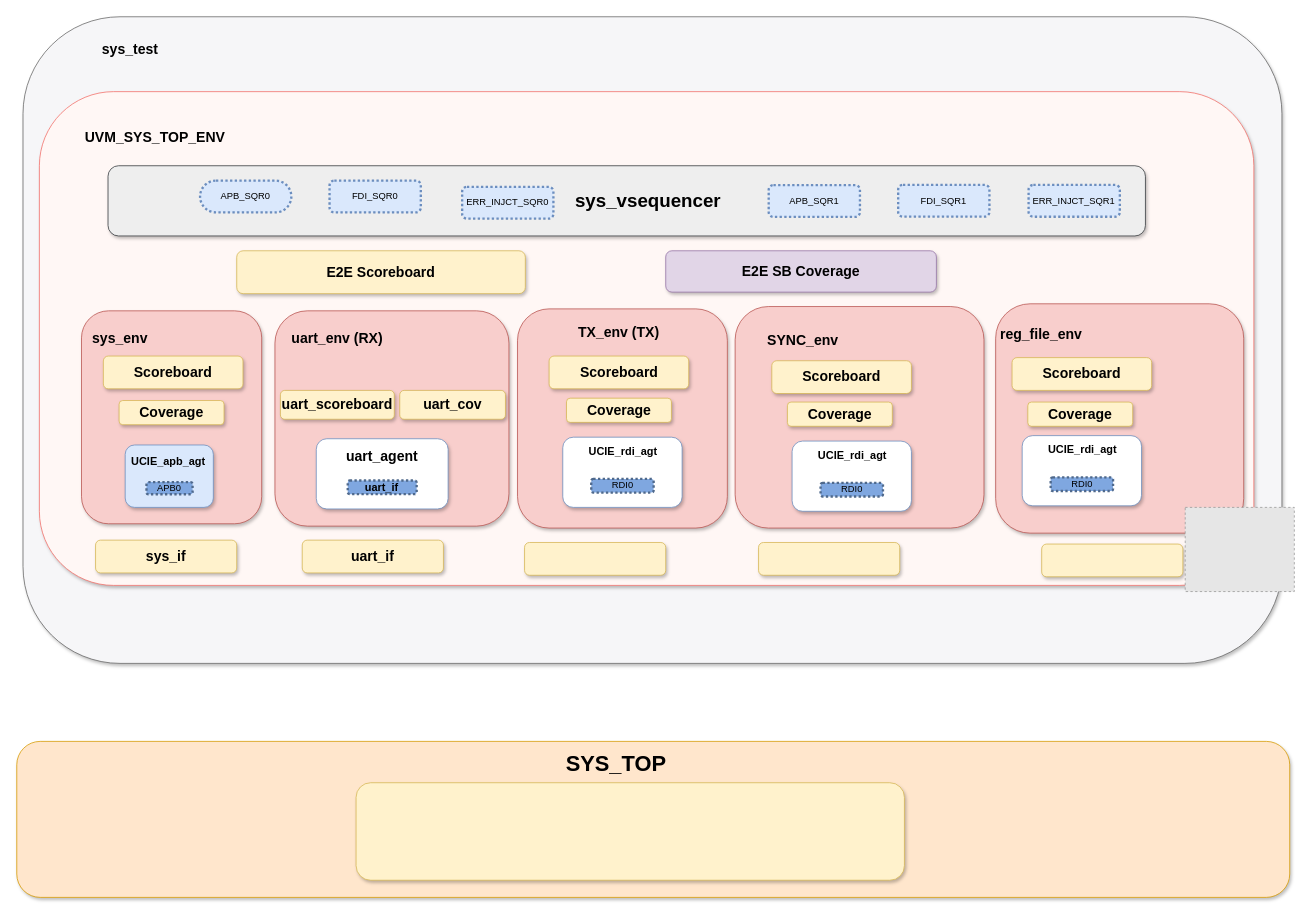
Before: OVERALL_SYS/UVM_Architecture.drawio in Kareem-Yahia/UVM_UART_SYSTEM, a draw.io diagram. Source tidied: cells renumbered, new cells numbered last; positions are measured from the earlier drawing's top-left corner, leaving out a move shared by most shapes. Both pictures are drawn from the tidied source at 78%, with x=0, y=0 at pixel (16, 16). Pictures stored in the file or linked from it are replaced by grey dashed boxes.
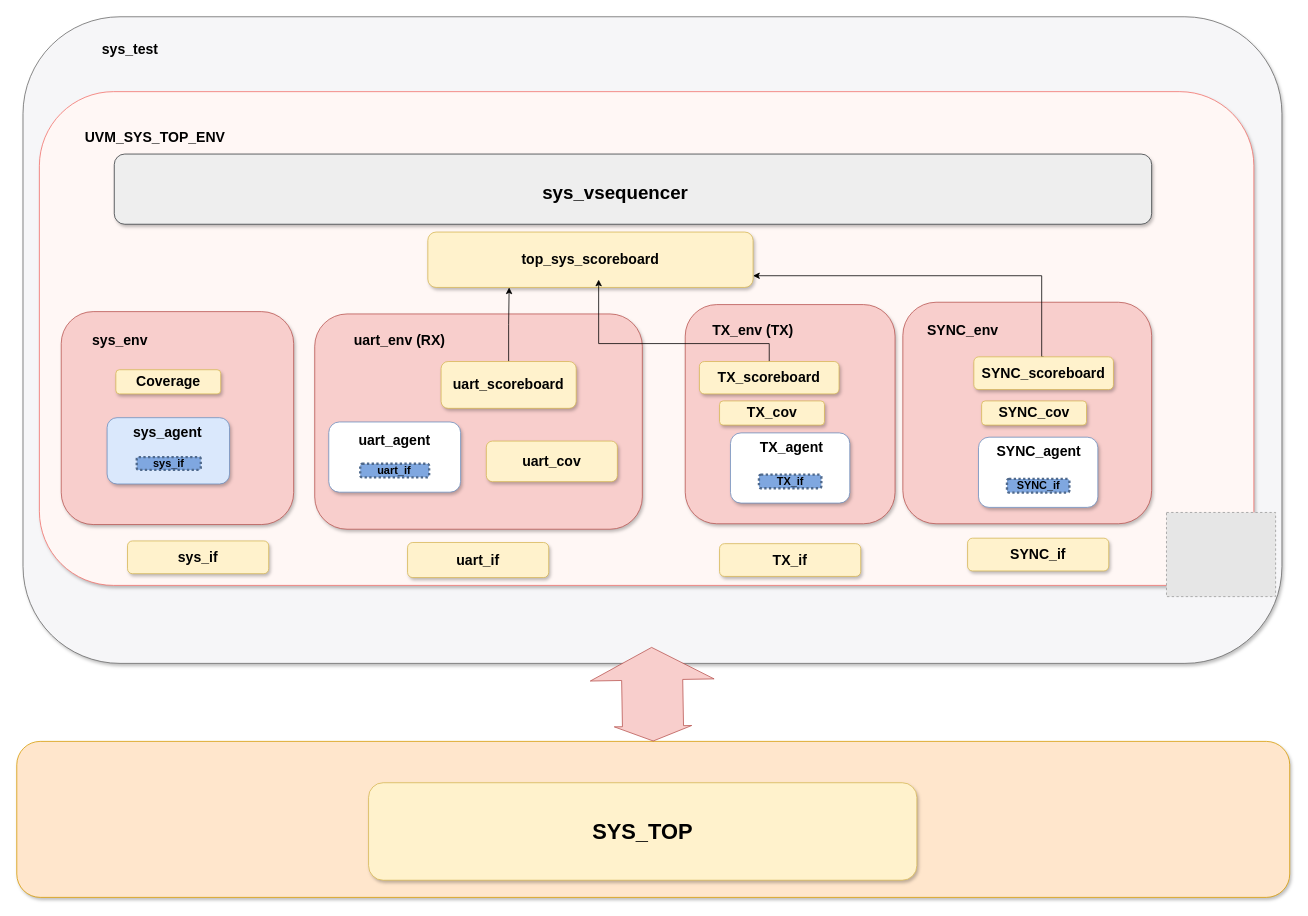
After the change.

The change refers to these unchanged cells:
```xml
<mxCell id="2" style="rounded=1;whiteSpace=wrap;html=1;fillColor=#F6F6F8;strokeColor=#666666;shadow=1;fontColor=#333333;" parent="1" vertex="1">
  <mxGeometry x="8" width="1614" height="829" as="geometry" />
</mxCell>
<mxCell id="3" style="rounded=1;whiteSpace=wrap;html=1;fillColor=#ffe6cc;strokeColor=#d79b00;shadow=1;" parent="1" vertex="1">
  <mxGeometry y="929" width="1632" height="200" as="geometry" />
</mxCell>
```

Change to the diagram source:
```diff
@@
+    <mxCell id="65" style="edgeStyle=orthogonalEdgeStyle;rounded=0;jettySize=auto;html=1;" parent="1" edge="1" source="2" target="3">
+      <mxGeometry relative="1" as="geometry" />
+    </mxCell>
@@
-    <mxCell id="4" style="rounded=1;whiteSpace=wrap;html=1;fillColor=#fff2cc;strokeColor=#d6b656;shadow=1;" parent="1" vertex="1">
-      <mxGeometry x="435" y="982" width="703" height="125" as="geometry" />
+    <mxCell id="4" value="&lt;b style=&quot;text-wrap: nowrap; font-size: 28px;&quot;&gt;SYS_TOP&lt;/b&gt;" style="rounded=1;whiteSpace=wrap;html=1;fillColor=#fff2cc;strokeColor=#d6b656;shadow=1;" parent="1" vertex="1">
+      <mxGeometry x="451" y="982" width="703" height="125" as="geometry" />
     </mxCell>
@@
-    <mxCell id="6" value="&lt;font size=&quot;1&quot; style=&quot;&quot;&gt;&lt;b style=&quot;font-size: 28px;&quot;&gt;SYS_TOP&lt;/b&gt;&lt;/font&gt;" style="text;html=1;align=center;verticalAlign=middle;strokeColor=none;fillColor=none;" parent="1" vertex="1">
-      <mxGeometry x="694" y="934" width="147" height="46" as="geometry" />
-    </mxCell>
@@
-    <mxCell id="8" value="&lt;span style=&quot;font-size: 18px;&quot;&gt;&lt;b&gt;E2E SB Coverage&lt;/b&gt;&lt;/span&gt;" style="rounded=1;whiteSpace=wrap;html=1;fillColor=#e1d5e7;strokeColor=#9673a6;shadow=1;" parent="1" vertex="1">
-      <mxGeometry x="832" y="300" width="347" height="53" as="geometry" />
-    </mxCell>
@@
     <mxCell id="10" style="rounded=1;whiteSpace=wrap;html=1;fillColor=#f8cecc;strokeColor=#b85450;shadow=1;" parent="1" vertex="1">
-      <mxGeometry x="83" y="377" width="231" height="273" as="geometry" />
+      <mxGeometry x="57" y="378" width="298" height="273" as="geometry" />
     </mxCell>
     <mxCell id="11" style="rounded=1;whiteSpace=wrap;html=1;shadow=1;fillColor=#eeeeee;strokeColor=#36393d;" parent="1" vertex="1">
-      <mxGeometry x="117" y="191" width="1330" height="90" as="geometry" />
+      <mxGeometry x="125" y="176" width="1330" height="90" as="geometry" />
     </mxCell>
-    <mxCell id="12" value="APB_SQR0" style="rounded=1;whiteSpace=wrap;html=1;fillColor=#dae8fc;strokeColor=#6c8ebf;strokeWidth=3;dashed=1;dashPattern=1 1;fillStyle=auto;arcSize=50;" parent="1" vertex="1">
-      <mxGeometry x="235" y="210" width="117" height="40.8" as="geometry" />
-    </mxCell>
     <mxCell id="13" value="&lt;b style=&quot;&quot;&gt;&lt;font style=&quot;font-size: 24px;&quot;&gt;sys_vsequencer&lt;/font&gt;&lt;/b&gt;" style="text;html=1;align=center;verticalAlign=middle;strokeColor=none;fillColor=none;" parent="1" vertex="1">
-      <mxGeometry x="706" y="215.5" width="205" height="41" as="geometry" />
+      <mxGeometry x="664" y="205" width="205" height="41" as="geometry" />
     </mxCell>
-    <mxCell id="14" value="FDI_SQR0" style="rounded=1;whiteSpace=wrap;html=1;fillColor=#dae8fc;strokeColor=#6c8ebf;strokeWidth=3;dashed=1;dashPattern=1 1;fillStyle=auto;" parent="1" vertex="1">
-      <mxGeometry x="401" y="210" width="117" height="40.8" as="geometry" />
-    </mxCell>
-    <mxCell id="15" value="ERR_INJCT_SQR0" style="rounded=1;whiteSpace=wrap;html=1;fillColor=#dae8fc;strokeColor=#6c8ebf;strokeWidth=3;dashed=1;dashPattern=1 1;fillStyle=auto;" parent="1" vertex="1">
-      <mxGeometry x="571" y="218" width="117" height="40.8" as="geometry" />
-    </mxCell>
-    <mxCell id="16" value="APB_SQR1" style="rounded=1;whiteSpace=wrap;html=1;fillColor=#dae8fc;strokeColor=#6c8ebf;strokeWidth=3;dashed=1;dashPattern=1 1;fillStyle=auto;" parent="1" vertex="1">
-      <mxGeometry x="964" y="215.8" width="117" height="40.8" as="geometry" />
-    </mxCell>
-    <mxCell id="17" value="FDI_SQR1" style="rounded=1;whiteSpace=wrap;html=1;fillColor=#dae8fc;strokeColor=#6c8ebf;strokeWidth=3;dashed=1;dashPattern=1 1;fillStyle=auto;" parent="1" vertex="1">
-      <mxGeometry x="1130" y="215.5" width="117" height="40.8" as="geometry" />
-    </mxCell>
-    <mxCell id="18" value="ERR_INJCT_SQR1" style="rounded=1;whiteSpace=wrap;html=1;fillColor=#dae8fc;strokeColor=#6c8ebf;strokeWidth=3;dashed=1;dashPattern=1 1;fillStyle=auto;" parent="1" vertex="1">
-      <mxGeometry x="1297.2" y="215.6" width="117" height="40.8" as="geometry" />
-    </mxCell>
-    <mxCell id="19" value="&lt;span style=&quot;font-size: 18px;&quot;&gt;&lt;b&gt;E2E Scoreboard&lt;/b&gt;&lt;/span&gt;" style="rounded=1;whiteSpace=wrap;html=1;fillColor=#fff2cc;strokeColor=#d6b656;shadow=1;" parent="1" vertex="1">
-      <mxGeometry x="282" y="300" width="370" height="55" as="geometry" />
+    <mxCell id="19" value="&lt;span style=&quot;font-size: 18px;&quot;&gt;&lt;b&gt;top_sys_scoreboard&lt;/b&gt;&lt;/span&gt;" style="rounded=1;whiteSpace=wrap;html=1;fillColor=#fff2cc;strokeColor=#d6b656;shadow=1;" parent="1" vertex="1">
+      <mxGeometry x="527" y="276" width="417" height="71" as="geometry" />
     </mxCell>
     <mxCell id="20" style="rounded=1;whiteSpace=wrap;html=1;fillColor=#f8cecc;strokeColor=#b85450;shadow=1;" parent="1" vertex="1">
-      <mxGeometry x="331" y="377" width="300" height="276" as="geometry" />
+      <mxGeometry x="382" y="381" width="420" height="276" as="geometry" />
     </mxCell>
-    <mxCell id="21" style="rounded=1;whiteSpace=wrap;html=1;fillColor=#f8cecc;strokeColor=#b85450;shadow=1;" parent="1" vertex="1">
-      <mxGeometry x="1255" y="368" width="318" height="294" as="geometry" />
-    </mxCell>
     <mxCell id="22" style="rounded=1;whiteSpace=wrap;html=1;fillColor=#f8cecc;strokeColor=#b85450;shadow=1;" parent="1" vertex="1">
-      <mxGeometry x="921" y="371.5" width="319" height="284" as="geometry" />
+      <mxGeometry x="1136" y="366" width="319" height="284" as="geometry" />
     </mxCell>
     <mxCell id="23" style="rounded=1;whiteSpace=wrap;html=1;fillColor=#f8cecc;strokeColor=#b85450;shadow=1;" parent="1" vertex="1">
-      <mxGeometry x="642" y="374.5" width="269" height="281" as="geometry" />
+      <mxGeometry x="857" y="369" width="269" height="281" as="geometry" />
     </mxCell>
-    <mxCell id="24" value="&lt;span style=&quot;font-size: 18px;&quot;&gt;&lt;b&gt;reg_file_env&lt;/b&gt;&lt;/span&gt;" style="text;html=1;align=center;verticalAlign=middle;whiteSpace=wrap;rounded=0;" parent="1" vertex="1">
-      <mxGeometry x="1228" y="392" width="171" height="30" as="geometry" />
-    </mxCell>
     <mxCell id="25" value="&lt;span style=&quot;font-size: 18px;&quot;&gt;&lt;b&gt;SYNC_env&lt;/b&gt;&lt;/span&gt;" style="text;html=1;align=center;verticalAlign=middle;whiteSpace=wrap;rounded=0;" parent="1" vertex="1">
-      <mxGeometry x="921" y="399.5" width="174" height="30" as="geometry" />
+      <mxGeometry x="1126" y="387" width="174" height="30" as="geometry" />
     </mxCell>
     <mxCell id="26" value="&lt;span style=&quot;font-size: 18px;&quot;&gt;&lt;b&gt;TX_env (TX)&lt;/b&gt;&lt;/span&gt;" style="text;html=1;align=center;verticalAlign=middle;whiteSpace=wrap;rounded=0;" parent="1" vertex="1">
-      <mxGeometry x="703" y="390" width="138" height="30" as="geometry" />
+      <mxGeometry x="875.2" y="387" width="138" height="30" as="geometry" />
     </mxCell>
     <mxCell id="27" value="&lt;span style=&quot;font-size: 18px;&quot;&gt;&lt;b&gt;uart_env (RX)&lt;/b&gt;&lt;/span&gt;" style="text;html=1;align=center;verticalAlign=middle;whiteSpace=wrap;rounded=0;" parent="1" vertex="1">
-      <mxGeometry x="336" y="397.5" width="150" height="30" as="geometry" />
+      <mxGeometry x="416" y="399.5" width="150" height="30" as="geometry" />
     </mxCell>
     <mxCell id="28" value="&lt;span style=&quot;font-size: 18px;&quot;&gt;&lt;b&gt;sys_env&lt;/b&gt;&lt;/span&gt;" style="text;html=1;align=center;verticalAlign=middle;whiteSpace=wrap;rounded=0;" parent="1" vertex="1">
-      <mxGeometry x="89" y="397.5" width="87" height="30" as="geometry" />
+      <mxGeometry x="89" y="399.5" width="87" height="30" as="geometry" />
     </mxCell>
     <mxCell id="29" style="group;" parent="1" vertex="1">
-      <mxGeometry x="139" y="549" width="113" height="80" as="geometry" />
+      <mxGeometry x="115.8" y="514" width="157" height="85" as="geometry" />
     </mxCell>
     <mxCell id="30" style="rounded=1;whiteSpace=wrap;html=1;shadow=1;fillColor=#dae8fc;strokeColor=#6c8ebf;" parent="29" vertex="1">
-      <mxGeometry width="113" height="80" as="geometry" />
+      <mxGeometry width="157" height="85" as="geometry" />
     </mxCell>
-    <mxCell id="31" value="APB0" style="rounded=1;whiteSpace=wrap;html=1;fillColor=#7FA7E0;strokeColor=#4F698C;strokeWidth=3;dashed=1;dashPattern=1 1;fillStyle=auto;" parent="29" vertex="1">
-      <mxGeometry x="27.3" y="47.6" width="59.1" height="15.6" as="geometry" />
+    <mxCell id="31" value="&lt;b&gt;&lt;font style=&quot;font-size: 14px;&quot;&gt;sys_if&lt;/font&gt;&lt;/b&gt;" style="rounded=1;whiteSpace=wrap;html=1;fillColor=#7FA7E0;strokeColor=#4F698C;strokeWidth=3;dashed=1;dashPattern=1 1;fillStyle=auto;" parent="29" vertex="1">
+      <mxGeometry x="38" y="50.5" width="82.1" height="16.5" as="geometry" />
     </mxCell>
-    <mxCell id="32" value="&lt;b style=&quot;&quot;&gt;&lt;font style=&quot;font-size: 14px;&quot;&gt;UCIE_apb_agt&lt;/font&gt;&lt;/b&gt;" style="text;html=1;align=center;verticalAlign=middle;strokeColor=none;fillColor=none;" parent="29" vertex="1">
-      <mxGeometry x="-2" y="6" width="113" height="29" as="geometry" />
+    <mxCell id="32" value="&lt;b&gt;&lt;font style=&quot;font-size: 18px;&quot;&gt;sys_agent&lt;/font&gt;&lt;/b&gt;" style="text;html=1;align=center;verticalAlign=middle;strokeColor=none;fillColor=none;" parent="29" vertex="1">
+      <mxGeometry x="24.1" y="2.1" width="106" height="34" as="geometry" />
     </mxCell>
-    <mxCell id="33" style="group;" parent="1" vertex="1">
-      <mxGeometry x="1289" y="537" width="153" height="90" as="geometry" />
-    </mxCell>
-    <mxCell id="34" style="rounded=1;whiteSpace=wrap;html=1;shadow=1;fillColor=#FFFFFF;strokeColor=#6c8ebf;glass=0;fillStyle=auto;gradientColor=none;gradientDirection=east;" parent="33" vertex="1">
-      <mxGeometry width="153" height="90" as="geometry" />
-    </mxCell>
-    <mxCell id="35" value="RDI0" style="rounded=1;whiteSpace=wrap;html=1;fillColor=#7FA7E0;strokeColor=#4F698C;strokeWidth=3;dashed=1;dashPattern=1 1;fillStyle=auto;" parent="33" vertex="1">
-      <mxGeometry x="36.5" y="53.5" width="80" height="17.5" as="geometry" />
-    </mxCell>
-    <mxCell id="36" value="&lt;b style=&quot;&quot;&gt;&lt;font style=&quot;font-size: 14px;&quot;&gt;UCIE_rdi_agt&lt;/font&gt;&lt;/b&gt;" style="text;html=1;align=center;verticalAlign=middle;strokeColor=none;fillColor=none;" parent="33" vertex="1">
-      <mxGeometry x="24" y="3" width="106" height="29" as="geometry" />
-    </mxCell>
     <mxCell id="37" style="group;" parent="1" vertex="1">
-      <mxGeometry x="994" y="544" width="153" height="90" as="geometry" />
+      <mxGeometry x="1233" y="539" width="153" height="90" as="geometry" />
     </mxCell>
@@
-    <mxCell id="39" value="RDI0" style="rounded=1;whiteSpace=wrap;html=1;fillColor=#7FA7E0;strokeColor=#4F698C;strokeWidth=3;dashed=1;dashPattern=1 1;fillStyle=auto;" parent="37" vertex="1">
+    <mxCell id="39" value="&lt;b&gt;&lt;font style=&quot;font-size: 14px;&quot;&gt;SYNC_if&lt;/font&gt;&lt;/b&gt;" style="rounded=1;whiteSpace=wrap;html=1;fillColor=#7FA7E0;strokeColor=#4F698C;strokeWidth=3;dashed=1;dashPattern=1 1;fillStyle=auto;" parent="37" vertex="1">
       <mxGeometry x="36.5" y="53.5" width="80" height="17.5" as="geometry" />
     </mxCell>
-    <mxCell id="40" value="&lt;b style=&quot;&quot;&gt;&lt;font style=&quot;font-size: 14px;&quot;&gt;UCIE_rdi_agt&lt;/font&gt;&lt;/b&gt;" style="text;html=1;align=center;verticalAlign=middle;strokeColor=none;fillColor=none;" parent="37" vertex="1">
-      <mxGeometry x="24" y="3" width="106" height="29" as="geometry" />
+    <mxCell id="40" value="&lt;b style=&quot;font-size: 18px;&quot;&gt;SYNC_agent&lt;/b&gt;" style="text;html=1;align=center;verticalAlign=middle;strokeColor=none;fillColor=none;" parent="37" vertex="1">
+      <mxGeometry x="14" y="1" width="126" height="34" as="geometry" />
     </mxCell>
     <mxCell id="41" style="group;" parent="1" vertex="1">
-      <mxGeometry x="700" y="539" width="153" height="90" as="geometry" />
+      <mxGeometry x="915" y="533.5" width="153" height="90" as="geometry" />
     </mxCell>
@@
-    <mxCell id="43" value="RDI0" style="rounded=1;whiteSpace=wrap;html=1;fillColor=#7FA7E0;strokeColor=#4F698C;strokeWidth=3;dashed=1;dashPattern=1 1;fillStyle=auto;" parent="41" vertex="1">
+    <mxCell id="43" value="&lt;b&gt;&lt;font style=&quot;font-size: 14px;&quot;&gt;TX_if&lt;/font&gt;&lt;/b&gt;" style="rounded=1;whiteSpace=wrap;html=1;fillColor=#7FA7E0;strokeColor=#4F698C;strokeWidth=3;dashed=1;dashPattern=1 1;fillStyle=auto;" parent="41" vertex="1">
       <mxGeometry x="36.5" y="53.5" width="80" height="17.5" as="geometry" />
     </mxCell>
-    <mxCell id="44" value="&lt;b style=&quot;&quot;&gt;&lt;font style=&quot;font-size: 14px;&quot;&gt;UCIE_rdi_agt&lt;/font&gt;&lt;/b&gt;" style="text;html=1;align=center;verticalAlign=middle;strokeColor=none;fillColor=none;" parent="41" vertex="1">
-      <mxGeometry x="24" y="3" width="106" height="29" as="geometry" />
+    <mxCell id="44" value="&lt;span style=&quot;font-size: 18px;&quot;&gt;&lt;b&gt;TX_agent&lt;/b&gt;&lt;/span&gt;" style="text;html=1;align=center;verticalAlign=middle;strokeColor=none;fillColor=none;" parent="41" vertex="1">
+      <mxGeometry x="28" y="1" width="99" height="34" as="geometry" />
     </mxCell>
     <mxCell id="45" style="group;" parent="1" vertex="1">
-      <mxGeometry x="384" y="541" width="169" height="90" as="geometry" />
+      <mxGeometry x="400" y="519.5" width="169" height="90" as="geometry" />
     </mxCell>
@@
-    <mxCell id="49" value="&lt;span style=&quot;font-size: 18px;&quot;&gt;&lt;b&gt;Scoreboard&lt;/b&gt;&lt;/span&gt;" style="rounded=1;whiteSpace=wrap;html=1;fillColor=#fff2cc;strokeColor=#d6b656;shadow=1;" parent="1" vertex="1">
-      <mxGeometry x="111" y="435" width="179" height="42" as="geometry" />
-    </mxCell>
     <mxCell id="50" value="&lt;span style=&quot;font-size: 18px;&quot;&gt;&lt;b&gt;Coverage&lt;/b&gt;&lt;/span&gt;" style="rounded=1;whiteSpace=wrap;html=1;fillColor=#fff2cc;strokeColor=#d6b656;shadow=1;" parent="1" vertex="1">
-      <mxGeometry x="131.2" y="492" width="134.5" height="31" as="geometry" />
+      <mxGeometry x="127" y="452.5" width="134.5" height="31" as="geometry" />
     </mxCell>
+    <mxCell id="66" style="edgeStyle=orthogonalEdgeStyle;rounded=0;jettySize=auto;html=1;exitX=0.5;exitY=0;exitDx=0;exitDy=0;entryX=0.25;entryY=1;entryDx=0;entryDy=0;" parent="1" edge="1" source="51" target="19">
+      <mxGeometry relative="1" as="geometry" />
+    </mxCell>
     <mxCell id="51" value="&lt;span style=&quot;font-size: 18px;&quot;&gt;&lt;b&gt;uart_scoreboard&lt;/b&gt;&lt;/span&gt;" style="rounded=1;whiteSpace=wrap;html=1;fillColor=#fff2cc;strokeColor=#d6b656;shadow=1;" parent="1" vertex="1">
-      <mxGeometry x="338" y="479" width="146" height="37" as="geometry" />
+      <mxGeometry x="544" y="442" width="173.2" height="60" as="geometry" />
     </mxCell>
     <mxCell id="52" value="&lt;span style=&quot;font-size: 18px;&quot;&gt;&lt;b&gt;uart_cov&lt;/b&gt;&lt;/span&gt;" style="rounded=1;whiteSpace=wrap;html=1;fillColor=#fff2cc;strokeColor=#d6b656;shadow=1;" parent="1" vertex="1">
-      <mxGeometry x="491" y="479" width="135.5" height="37" as="geometry" />
+      <mxGeometry x="602" y="544" width="168" height="52" as="geometry" />
     </mxCell>
+    <mxCell id="67" style="edgeStyle=orthogonalEdgeStyle;rounded=0;jettySize=auto;html=1;exitX=0.5;exitY=0;exitDx=0;exitDy=0;" parent="1" edge="1" source="53">
+      <mxGeometry relative="1" as="geometry">
+        <mxPoint x="746" y="337" as="targetPoint" />
+        <Array as="points">
+          <mxPoint x="965" y="419" />
+          <mxPoint x="746" y="419" />
+        </Array>
+      </mxGeometry>
+    </mxCell>
-    <mxCell id="53" value="&lt;span style=&quot;font-size: 18px;&quot;&gt;&lt;b&gt;Scoreboard&lt;/b&gt;&lt;/span&gt;" style="rounded=1;whiteSpace=wrap;html=1;fillColor=#fff2cc;strokeColor=#d6b656;shadow=1;" parent="1" vertex="1">
-      <mxGeometry x="682.5" y="435" width="179" height="42" as="geometry" />
+    <mxCell id="53" value="&lt;span style=&quot;font-size: 18px;&quot;&gt;&lt;b&gt;TX_scoreboard&lt;/b&gt;&lt;/span&gt;" style="rounded=1;whiteSpace=wrap;html=1;fillColor=#fff2cc;strokeColor=#d6b656;shadow=1;" parent="1" vertex="1">
+      <mxGeometry x="875.2" y="442" width="179" height="41.5" as="geometry" />
     </mxCell>
-    <mxCell id="54" value="&lt;span style=&quot;font-size: 18px;&quot;&gt;&lt;b&gt;Coverage&lt;/b&gt;&lt;/span&gt;" style="rounded=1;whiteSpace=wrap;html=1;fillColor=#fff2cc;strokeColor=#d6b656;shadow=1;" parent="1" vertex="1">
-      <mxGeometry x="704.8" y="489" width="134.5" height="31" as="geometry" />
+    <mxCell id="54" value="&lt;span style=&quot;font-size: 18px;&quot;&gt;&lt;b&gt;TX_cov&lt;/b&gt;&lt;/span&gt;" style="rounded=1;whiteSpace=wrap;html=1;fillColor=#fff2cc;strokeColor=#d6b656;shadow=1;" parent="1" vertex="1">
+      <mxGeometry x="901" y="492.5" width="134.5" height="31" as="geometry" />
     </mxCell>
+    <mxCell id="68" style="edgeStyle=orthogonalEdgeStyle;rounded=0;jettySize=auto;html=1;exitX=0.5;exitY=0;exitDx=0;exitDy=0;" parent="1" edge="1" source="55" target="19">
+      <mxGeometry relative="1" as="geometry">
+        <Array as="points">
+          <mxPoint x="1314" y="436" />
+          <mxPoint x="1314" y="332" />
+        </Array>
+      </mxGeometry>
+    </mxCell>
-    <mxCell id="55" value="&lt;span style=&quot;font-size: 18px;&quot;&gt;&lt;b&gt;Scoreboard&lt;/b&gt;&lt;/span&gt;" style="rounded=1;whiteSpace=wrap;html=1;fillColor=#fff2cc;strokeColor=#d6b656;shadow=1;" parent="1" vertex="1">
-      <mxGeometry x="968" y="441" width="179" height="42" as="geometry" />
+    <mxCell id="55" value="&lt;span style=&quot;font-size: 18px;&quot;&gt;&lt;b&gt;SYNC_scoreboard&lt;/b&gt;&lt;/span&gt;" style="rounded=1;whiteSpace=wrap;html=1;fillColor=#fff2cc;strokeColor=#d6b656;shadow=1;" parent="1" vertex="1">
+      <mxGeometry x="1227" y="436" width="179" height="42" as="geometry" />
     </mxCell>
-    <mxCell id="56" value="&lt;span style=&quot;font-size: 18px;&quot;&gt;&lt;b&gt;Coverage&lt;/b&gt;&lt;/span&gt;" style="rounded=1;whiteSpace=wrap;html=1;fillColor=#fff2cc;strokeColor=#d6b656;shadow=1;" parent="1" vertex="1">
-      <mxGeometry x="988" y="494" width="134.5" height="31" as="geometry" />
+    <mxCell id="56" value="&lt;span style=&quot;font-size: 18px;&quot;&gt;&lt;b&gt;SYNC_cov&lt;/b&gt;&lt;/span&gt;" style="rounded=1;whiteSpace=wrap;html=1;fillColor=#fff2cc;strokeColor=#d6b656;shadow=1;" parent="1" vertex="1">
+      <mxGeometry x="1237" y="492.5" width="134.5" height="31" as="geometry" />
     </mxCell>
-    <mxCell id="57" value="&lt;span style=&quot;font-size: 18px;&quot;&gt;&lt;b&gt;Scoreboard&lt;/b&gt;&lt;/span&gt;" style="rounded=1;whiteSpace=wrap;html=1;fillColor=#fff2cc;strokeColor=#d6b656;shadow=1;" parent="1" vertex="1">
-      <mxGeometry x="1276" y="437" width="179" height="42" as="geometry" />
-    </mxCell>
-    <mxCell id="58" value="&lt;span style=&quot;font-size: 18px;&quot;&gt;&lt;b&gt;Coverage&lt;/b&gt;&lt;/span&gt;" style="rounded=1;whiteSpace=wrap;html=1;fillColor=#fff2cc;strokeColor=#d6b656;shadow=1;" parent="1" vertex="1">
-      <mxGeometry x="1296.2" y="494" width="134.5" height="31" as="geometry" />
-    </mxCell>
     <mxCell id="59" value="&lt;span style=&quot;font-size: 18px;&quot;&gt;&lt;b&gt;sys_if&lt;/b&gt;&lt;/span&gt;" style="rounded=1;whiteSpace=wrap;html=1;fillColor=#fff2cc;strokeColor=#d6b656;shadow=1;" parent="1" vertex="1">
-      <mxGeometry x="101" y="671" width="181" height="42" as="geometry" />
+      <mxGeometry x="142" y="672" width="181" height="42" as="geometry" />
     </mxCell>
     <mxCell id="60" value="&lt;span style=&quot;font-size: 18px;&quot;&gt;&lt;b&gt;uart_if&lt;/b&gt;&lt;/span&gt;" style="rounded=1;whiteSpace=wrap;html=1;fillColor=#fff2cc;strokeColor=#d6b656;shadow=1;" parent="1" vertex="1">
-      <mxGeometry x="366" y="671" width="181" height="42" as="geometry" />
+      <mxGeometry x="501" y="674" width="181" height="45" as="geometry" />
     </mxCell>
-    <mxCell id="61" style="rounded=1;whiteSpace=wrap;html=1;fillColor=#fff2cc;strokeColor=#d6b656;shadow=1;" parent="1" vertex="1">
-      <mxGeometry x="651" y="674" width="181" height="42" as="geometry" />
+    <mxCell id="61" value="&lt;b style=&quot;font-size: 18px;&quot;&gt;TX_if&lt;/b&gt;" style="rounded=1;whiteSpace=wrap;html=1;fillColor=#fff2cc;strokeColor=#d6b656;shadow=1;" parent="1" vertex="1">
+      <mxGeometry x="901" y="675.5" width="181" height="42" as="geometry" />
     </mxCell>
-    <mxCell id="62" style="rounded=1;whiteSpace=wrap;html=1;fillColor=#fff2cc;strokeColor=#d6b656;shadow=1;" parent="1" vertex="1">
-      <mxGeometry x="951" y="674" width="181" height="42" as="geometry" />
+    <mxCell id="62" value="&lt;b style=&quot;font-size: 18px;&quot;&gt;SYNC_if&lt;/b&gt;" style="rounded=1;whiteSpace=wrap;html=1;fillColor=#fff2cc;strokeColor=#d6b656;shadow=1;" parent="1" vertex="1">
+      <mxGeometry x="1219" y="668.5" width="181" height="42" as="geometry" />
     </mxCell>
-    <mxCell id="63" style="rounded=1;whiteSpace=wrap;html=1;fillColor=#fff2cc;strokeColor=#d6b656;shadow=1;" parent="1" vertex="1">
-      <mxGeometry x="1314" y="676" width="181" height="42" as="geometry" />
-    </mxCell>
     <mxCell id="64" style="fillColor=#E6E6E6;strokeColor=#999999;dashed=1;verticalLabelPosition=bottom;labelBackgroundColor=default;verticalAlign=top;" parent="1" vertex="1">
-      <mxGeometry x="1498" y="629" width="139.9" height="107.9" as="geometry" />
+      <mxGeometry x="1474" y="635.5" width="139.9" height="107.9" as="geometry" />
     </mxCell>
+    <mxCell id="69" style="shape=flexArrow;endArrow=classic;startArrow=classic;html=1;rounded=0;width=78.33333333333334;endSize=13.583333333333334;endWidth=79.44444444444443;exitX=0.5;exitY=0;exitDx=0;exitDy=0;fillColor=#f8cecc;strokeColor=#b85450;" parent="1" edge="1" source="3">
+      <mxGeometry relative="1" as="geometry">
+        <mxPoint x="813.9" y="808" as="targetPoint" />
+      </mxGeometry>
+    </mxCell>
```
